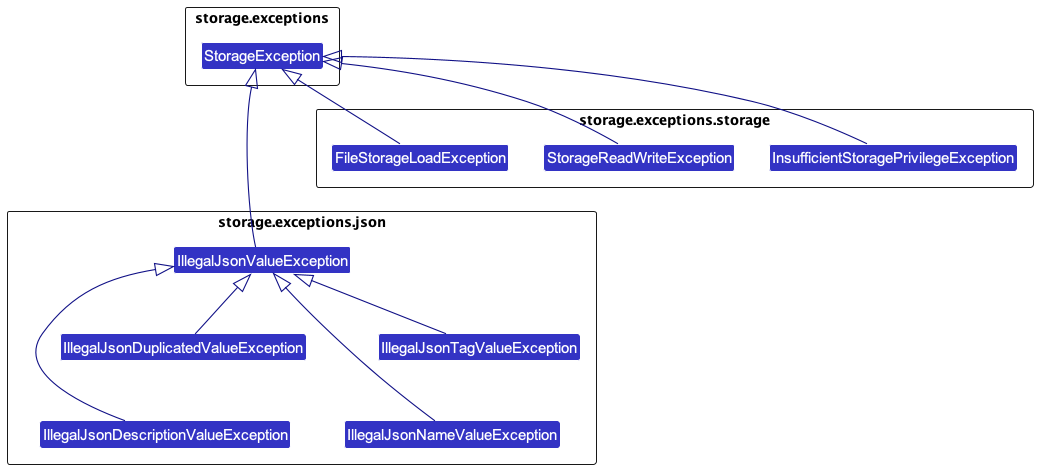
The PlantUML diagram docs/images/exceptions/StorageExceptionDiagram.png in seantehds/tp, before a commit. Source of this version:
```plantuml
@startuml
!include ../style.puml
skinparam arrowThickness 1.1
skinparam arrowColor LOGIC_COLOR_T4
skinparam classBackgroundColor LOGIC_COLOR

package storage.exceptions as MainStorageException; {
    class StorageException

    hide members
}

package storage.exceptions.json as JsonExceptions; {
    class IllegalJsonDescriptionValueException
    class IllegalJsonDuplicatedValueException
    class IllegalJsonNameValueException
    class IllegalJsonTagValueException
    class IllegalJsonValueException

    IllegalJsonDescriptionValueException -up-|> IllegalJsonValueException
    IllegalJsonDuplicatedValueException -up-|> IllegalJsonValueException
    IllegalJsonNameValueException -up-|> IllegalJsonValueException
    IllegalJsonTagValueException -up-|> IllegalJsonValueException
    IllegalJsonValueException -up-|> StorageException
    IllegalJsonValueException -[hidden]up--> StorageException

    IllegalJsonDuplicatedValueException -[hidden]down- IllegalJsonDescriptionValueException
    IllegalJsonTagValueException -[hidden]down- IllegalJsonNameValueException

    hide members
}

package storage.exceptions.storage as StorageExceptions; {
    InsufficientStoragePrivilegeException -up-|> StorageException
    StorageReadWriteException -up-|> StorageException
    FileStorageLoadException -up-|> StorageException

    hide members
}
@enduml
```
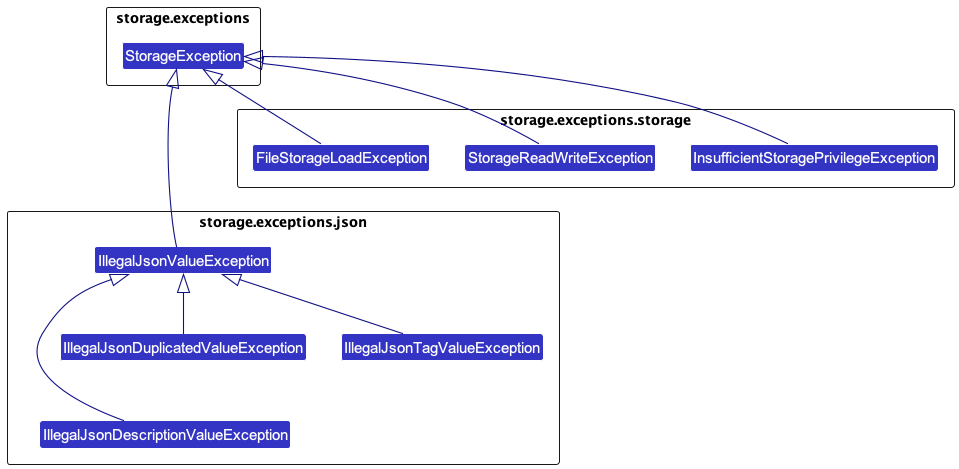
The same file after the commit.

The edit, as a diff of the source:
```diff
@@ -13,19 +13,17 @@
 package storage.exceptions.json as JsonExceptions; {
     class IllegalJsonDescriptionValueException
     class IllegalJsonDuplicatedValueException
-    class IllegalJsonNameValueException
     class IllegalJsonTagValueException
     class IllegalJsonValueException
 
     IllegalJsonDescriptionValueException -up-|> IllegalJsonValueException
     IllegalJsonDuplicatedValueException -up-|> IllegalJsonValueException
-    IllegalJsonNameValueException -up-|> IllegalJsonValueException
     IllegalJsonTagValueException -up-|> IllegalJsonValueException
+
     IllegalJsonValueException -up-|> StorageException
     IllegalJsonValueException -[hidden]up--> StorageException
 
     IllegalJsonDuplicatedValueException -[hidden]down- IllegalJsonDescriptionValueException
-    IllegalJsonTagValueException -[hidden]down- IllegalJsonNameValueException
 
     hide members
 }
```
